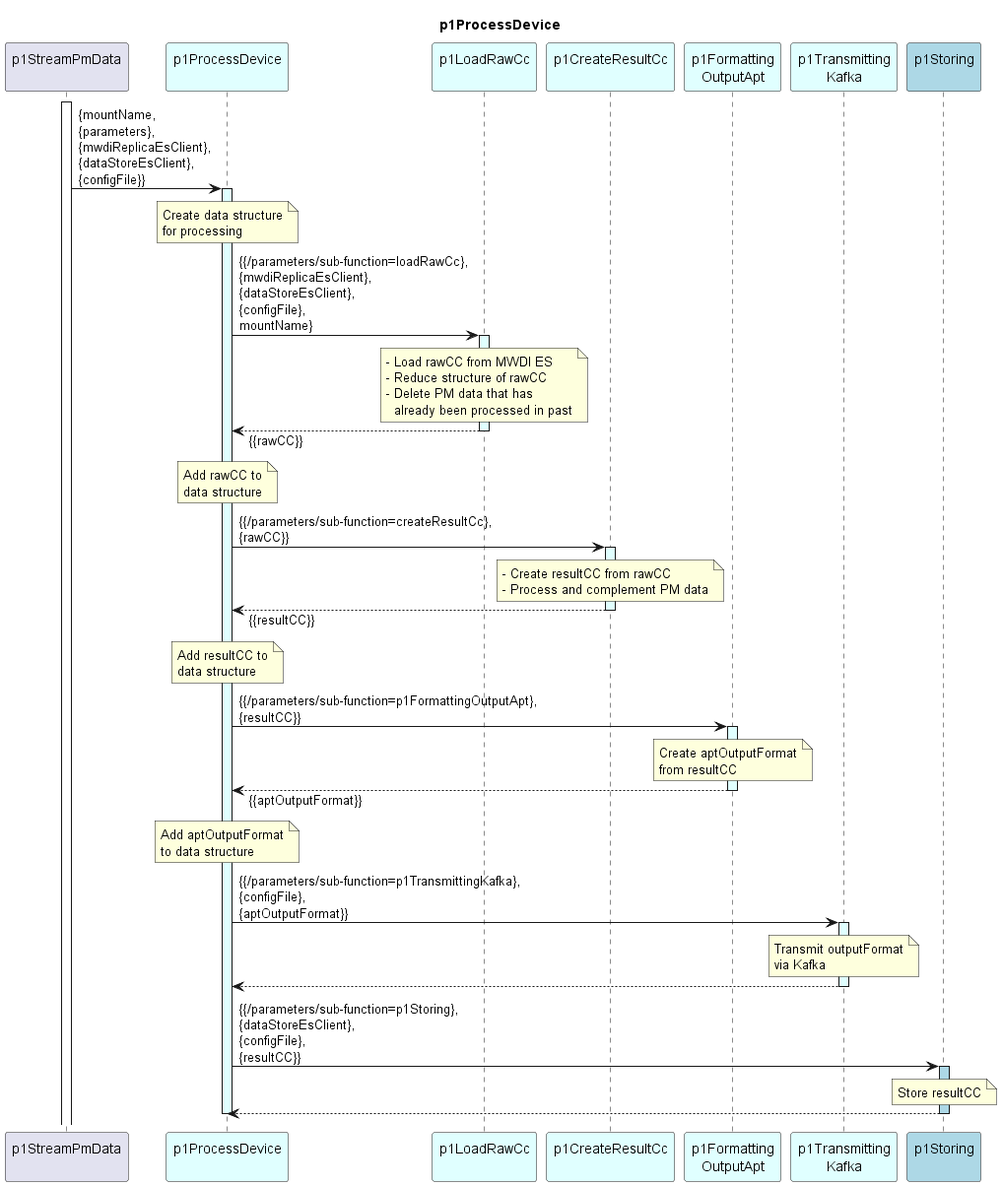
This is spec/Functions/specificFunctions/p1StreamPmData/p1ProcessDevice/1.0.0/p1ProcessDevice.png from openBackhaul/DevicePerformanceManagementDataProcessor, a PlantUML export, as it was before one commit.
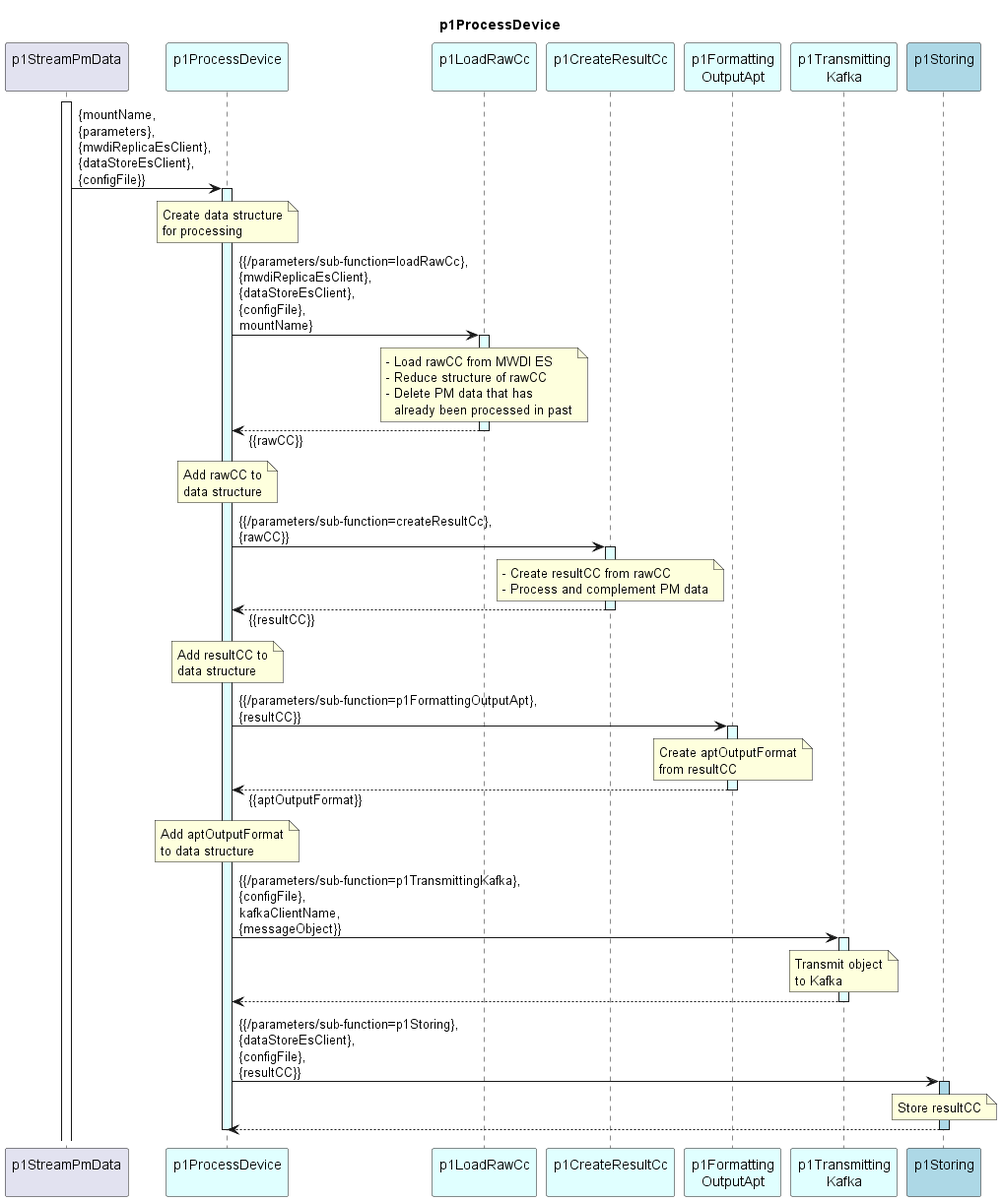
The same file after the commit.

The edit, as a diff of the source:
```diff
@@ -74,12 +74,12 @@
     to data structure
   end note
 
-  p1ProOrch -> p1Trans : {{/parameters/sub-function=p1TransmittingKafka},\n{configFile},\n{aptOutputFormat}}
+  p1ProOrch -> p1Trans : {{/parameters/sub-function=p1TransmittingKafka},\n{configFile},\nkafkaClientName,\n{messageObject}}
   activate p1Trans #LightCyan
 
     note over p1Trans
-      Transmit outputFormat
-      via Kafka
+      Transmit object
+      to Kafka
     end note
 
   p1ProOrch <-- p1Trans
```
